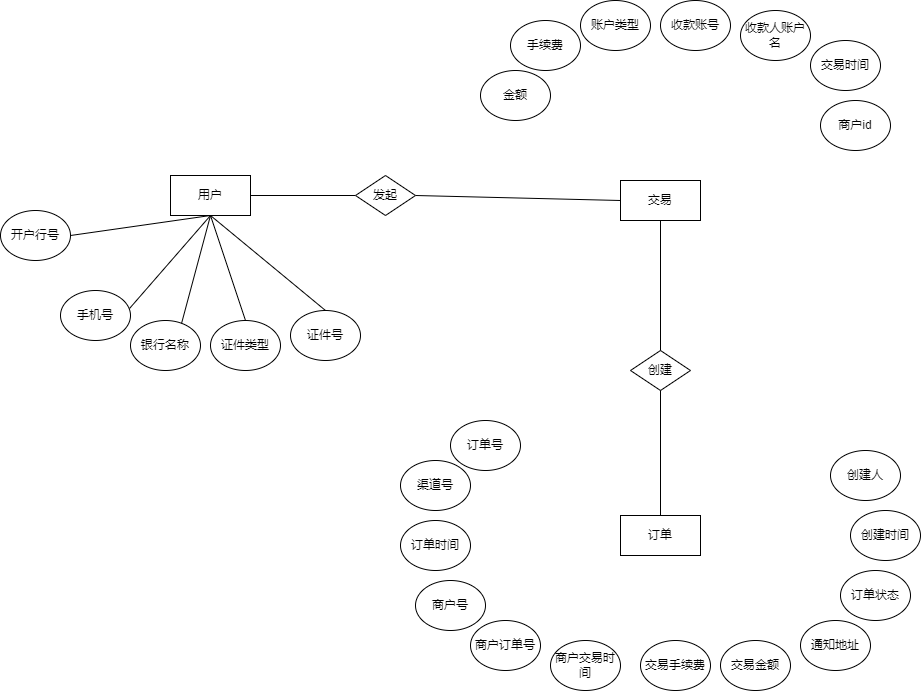
The draw.io diagram 代付E-R图1.png in songyibo2019/mydiagrams, before a commit. Source tidied: cells renumbered, new cells last; positions are measured from the earlier drawing's top-left corner, leaving out a move shared by most shapes.
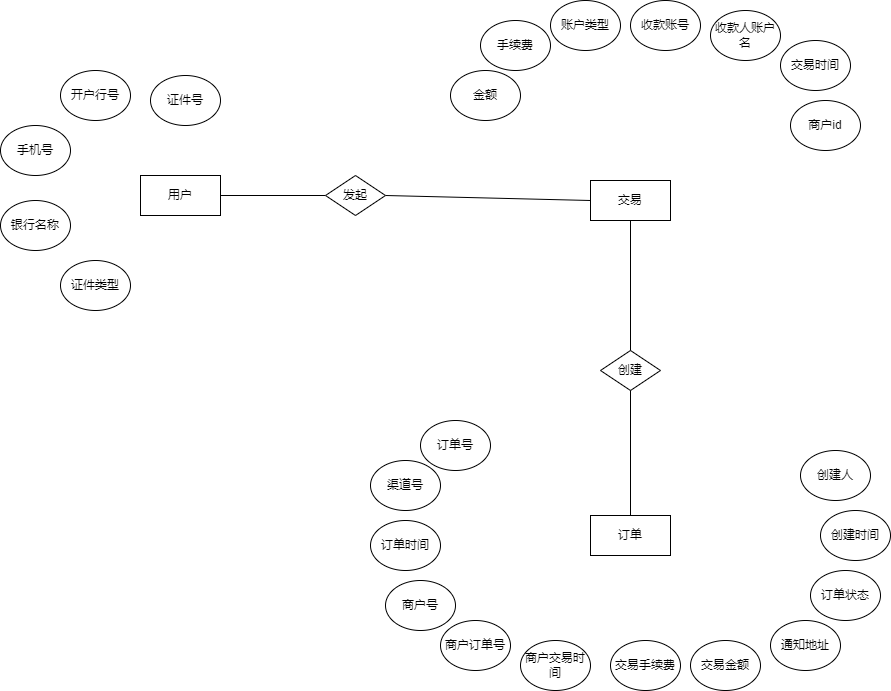
After the commit.

The edit, as a diff of the source:
```diff
@@ -33,41 +33,26 @@
       <mxGeometry x="580" width="70" height="50" as="geometry" />
     </mxCell>
     <mxCell id="12" value="开户行号" style="ellipse;whiteSpace=wrap;html=1;" parent="1" vertex="1">
-      <mxGeometry y="210" width="70" height="50" as="geometry" />
+      <mxGeometry x="90" y="70" width="70" height="50" as="geometry" />
     </mxCell>
     <mxCell id="13" value="收款账号" style="ellipse;whiteSpace=wrap;html=1;" parent="1" vertex="1">
       <mxGeometry x="660" width="70" height="50" as="geometry" />
     </mxCell>
     <mxCell id="14" value="手机号" style="ellipse;whiteSpace=wrap;html=1;" parent="1" vertex="1">
-      <mxGeometry x="60" y="290" width="70" height="50" as="geometry" />
+      <mxGeometry x="30" y="125" width="70" height="50" as="geometry" />
     </mxCell>
     <mxCell id="15" value="银行名称" style="ellipse;whiteSpace=wrap;html=1;" parent="1" vertex="1">
-      <mxGeometry x="130" y="320" width="70" height="50" as="geometry" />
+      <mxGeometry x="30" y="200" width="70" height="50" as="geometry" />
     </mxCell>
-    <mxCell id="16" style="endArrow=none;html=1;rounded=0;exitX=1;exitY=0.5;exitDx=0;exitDy=0;entryX=0.5;entryY=1;entryDx=0;entryDy=0;" parent="1" edge="1" source="12" target="2">
-      <mxGeometry relative="1" as="geometry" />
-    </mxCell>
-    <mxCell id="17" style="endArrow=none;html=1;rounded=0;exitX=0.986;exitY=0.36;exitDx=0;exitDy=0;exitPerimeter=0;entryX=0.5;entryY=1;entryDx=0;entryDy=0;" parent="1" edge="1" source="14" target="2">
-      <mxGeometry relative="1" as="geometry" />
-    </mxCell>
-    <mxCell id="18" style="endArrow=none;html=1;rounded=0;exitX=0.729;exitY=0.06;exitDx=0;exitDy=0;exitPerimeter=0;entryX=0.5;entryY=1;entryDx=0;entryDy=0;" parent="1" edge="1" source="15" target="2">
-      <mxGeometry relative="1" as="geometry" />
-    </mxCell>
     <mxCell id="19" value="收款人账户名" style="ellipse;whiteSpace=wrap;html=1;" parent="1" vertex="1">
       <mxGeometry x="740" y="10" width="70" height="50" as="geometry" />
     </mxCell>
     <mxCell id="20" value="证件类型" style="ellipse;whiteSpace=wrap;html=1;" parent="1" vertex="1">
-      <mxGeometry x="210" y="320" width="70" height="50" as="geometry" />
+      <mxGeometry x="90" y="260" width="70" height="50" as="geometry" />
     </mxCell>
     <mxCell id="21" value="证件号" style="ellipse;whiteSpace=wrap;html=1;" parent="1" vertex="1">
-      <mxGeometry x="290" y="310" width="70" height="50" as="geometry" />
+      <mxGeometry x="180" y="75" width="70" height="50" as="geometry" />
     </mxCell>
-    <mxCell id="22" style="endArrow=none;html=1;rounded=0;entryX=0.5;entryY=1;entryDx=0;entryDy=0;exitX=0.5;exitY=0;exitDx=0;exitDy=0;" parent="1" edge="1" source="20" target="2">
-      <mxGeometry relative="1" as="geometry" />
-    </mxCell>
-    <mxCell id="23" style="endArrow=none;html=1;rounded=0;entryX=0.5;entryY=1;entryDx=0;entryDy=0;exitX=0.5;exitY=0;exitDx=0;exitDy=0;" parent="1" edge="1" source="21" target="2">
-      <mxGeometry relative="1" as="geometry" />
-    </mxCell>
     <mxCell id="24" value="创建" style="rhombus;whiteSpace=wrap;html=1;" parent="1" vertex="1">
       <mxGeometry x="630" y="350" width="60" height="40" as="geometry" />
     </mxCell>
```
